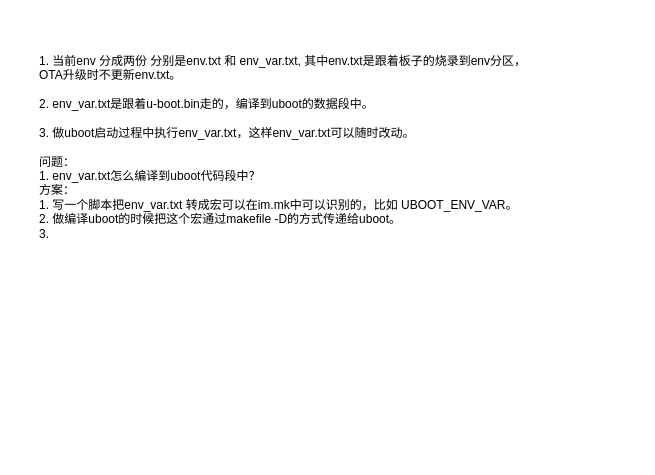
The draw.io diagram 启动参数传递方案.drawio in wdhgit/drawio, before the edit. Source tidied: cells renumbered, new cells numbered last; positions are measured from the earlier drawing's top-left corner, leaving out a move shared by most shapes. Both pictures are drawn from the tidied source at 100%, with x=0, y=0 at pixel (37, 17).
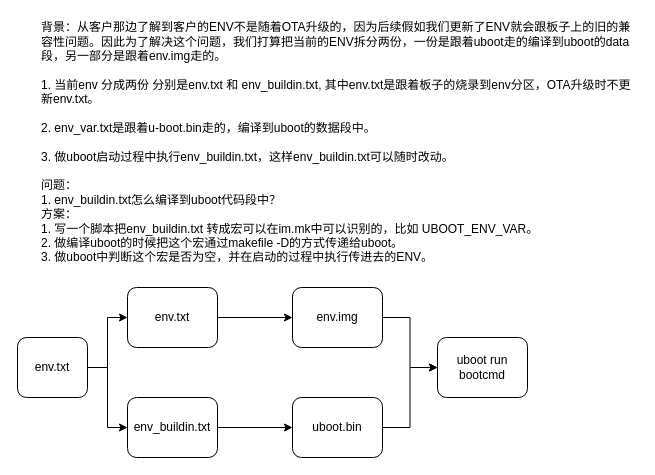
The same diagram, later.

Commit message:
更新启动参数传递方案.drawio

Diff of the diagram source:
```diff
@@
 <mxGraphModel>
   <root>
     <mxCell id="0" />
     <mxCell id="1" parent="0" />
-    <mxCell id="2" value="1. 当前env 分成两份 分别是env.txt 和 env_var.txt, 其中env.txt是跟着板子的烧录到env分区，OTA升级时不更新env.txt。&lt;br&gt;&lt;br&gt;&lt;div&gt;2. env_var.txt是跟着u-boot.bin走的，编译到uboot的数据段中。&lt;br&gt;&lt;br&gt;3. 做uboot启动过程中执行&lt;span style=&quot;background-color: transparent; color: light-dark(rgb(0, 0, 0), rgb(255, 255, 255));&quot;&gt;env_var.txt，这样env_var.txt可以随时改动。&lt;br&gt;&lt;br&gt;问题：&lt;br&gt;1. env_var.txt怎么编译到uboot代码段中？&lt;/span&gt;&lt;/div&gt;&lt;div&gt;&lt;span style=&quot;background-color: transparent; color: light-dark(rgb(0, 0, 0), rgb(255, 255, 255));&quot;&gt;方案：&lt;br&gt;1. 写一个脚本把env_var.txt 转成宏可以在im.mk中可以识别的，比如 UBOOT_ENV_VAR。&lt;br&gt;2. 做编译uboot的时候把这个宏通过makefile -D的方式传递给uboot。&lt;br&gt;3.&amp;nbsp;&lt;/span&gt;&lt;/div&gt;" style="text;html=1;whiteSpace=wrap;strokeColor=none;fillColor=none;align=left;verticalAlign=middle;rounded=0;" parent="1" vertex="1">
-      <mxGeometry width="490" height="260" as="geometry" />
+    <mxCell id="2" value="背景：从客户那边了解到客户的ENV不是随着OTA升级的，因为后续假如我们更新了ENV就会跟板子上的旧的兼容性问题。因此为了解决这个问题，我们打算把当前的ENV拆分两份，一份是跟着uboot走的编译到uboot的data段，另一部分是跟着env.img走的。&lt;br&gt;&lt;br&gt;1. 当前env 分成两份 分别是env.txt 和 env_buildin.txt, 其中env.txt是跟着板子的烧录到env分区，OTA升级时不更新env.txt。&lt;br&gt;&lt;br&gt;&lt;div&gt;2. env_var.txt是跟着u-boot.bin走的，编译到uboot的数据段中。&lt;br&gt;&lt;br&gt;3. 做uboot启动过程中执行env_buildin&lt;span style=&quot;background-color: transparent; color: light-dark(rgb(0, 0, 0), rgb(255, 255, 255));&quot;&gt;.txt，这样&lt;/span&gt;env_buildin&lt;span style=&quot;background-color: transparent; color: light-dark(rgb(0, 0, 0), rgb(255, 255, 255));&quot;&gt;.txt可以随时改动。&lt;br&gt;&lt;br&gt;问题：&lt;br&gt;1.&amp;nbsp;&lt;/span&gt;env_buildin&lt;span style=&quot;background-color: transparent; color: light-dark(rgb(0, 0, 0), rgb(255, 255, 255));&quot;&gt;.txt怎么编译到uboot代码段中？&lt;/span&gt;&lt;/div&gt;&lt;div&gt;&lt;span style=&quot;background-color: transparent; color: light-dark(rgb(0, 0, 0), rgb(255, 255, 255));&quot;&gt;方案：&lt;br&gt;1. 写一个脚本把&lt;/span&gt;env_buildin&lt;span style=&quot;background-color: transparent; color: light-dark(rgb(0, 0, 0), rgb(255, 255, 255));&quot;&gt;.txt 转成宏可以在im.mk中可以识别的，比如 UBOOT_ENV_VAR。&lt;br&gt;2. 做编译uboot的时候把这个宏通过makefile -D的方式传递给uboot。&lt;br&gt;3. 做uboot中判断这个宏是否为空，并在启动的过程中执行传进去的ENV。&lt;/span&gt;&lt;/div&gt;" style="text;html=1;whiteSpace=wrap;strokeColor=none;fillColor=none;align=left;verticalAlign=middle;rounded=0;spacingTop=0;spacing=2;spacingLeft=2;" parent="1" vertex="1">
+      <mxGeometry width="600" height="250" as="geometry" />
     </mxCell>
+    <mxCell id="3" style="edgeStyle=orthogonalEdgeStyle;rounded=0;jettySize=auto;html=1;" parent="1" edge="1" source="5" target="7">
+      <mxGeometry relative="1" as="geometry" />
+    </mxCell>
+    <mxCell id="4" style="edgeStyle=orthogonalEdgeStyle;rounded=0;jettySize=auto;html=1;exitX=1;exitY=0.5;exitDx=0;exitDy=0;entryX=0;entryY=0.5;entryDx=0;entryDy=0;" parent="1" edge="1" source="5" target="9">
+      <mxGeometry relative="1" as="geometry" />
+    </mxCell>
+    <mxCell id="5" value="env.txt" style="rounded=1;whiteSpace=wrap;html=1;" parent="1" vertex="1">
+      <mxGeometry x="-20" y="320" width="70" height="60" as="geometry" />
+    </mxCell>
+    <mxCell id="6" style="edgeStyle=orthogonalEdgeStyle;rounded=0;jettySize=auto;html=1;entryX=0;entryY=0.5;entryDx=0;entryDy=0;" parent="1" edge="1" source="7" target="11">
+      <mxGeometry relative="1" as="geometry" />
+    </mxCell>
+    <mxCell id="7" value="env.txt" style="rounded=1;whiteSpace=wrap;html=1;" parent="1" vertex="1">
+      <mxGeometry x="90" y="270" width="90" height="60" as="geometry" />
+    </mxCell>
+    <mxCell id="8" style="edgeStyle=orthogonalEdgeStyle;rounded=0;jettySize=auto;html=1;" parent="1" edge="1" source="9" target="13">
+      <mxGeometry relative="1" as="geometry" />
+    </mxCell>
+    <mxCell id="9" value="&lt;span style=&quot;text-align: left;&quot;&gt;env_buildin&lt;/span&gt;.txt" style="rounded=1;whiteSpace=wrap;html=1;" parent="1" vertex="1">
+      <mxGeometry x="90" y="380" width="90" height="60" as="geometry" />
+    </mxCell>
+    <mxCell id="10" style="edgeStyle=orthogonalEdgeStyle;rounded=0;jettySize=auto;html=1;exitX=1;exitY=0.5;exitDx=0;exitDy=0;entryX=0;entryY=0.5;entryDx=0;entryDy=0;" parent="1" edge="1" source="11" target="14">
+      <mxGeometry relative="1" as="geometry" />
+    </mxCell>
+    <mxCell id="11" value="env.img" style="rounded=1;whiteSpace=wrap;html=1;" parent="1" vertex="1">
+      <mxGeometry x="255" y="270" width="90" height="60" as="geometry" />
+    </mxCell>
+    <mxCell id="12" style="edgeStyle=orthogonalEdgeStyle;rounded=0;jettySize=auto;html=1;exitX=1;exitY=0.5;exitDx=0;exitDy=0;entryX=0;entryY=0.5;entryDx=0;entryDy=0;" parent="1" edge="1" source="13" target="14">
+      <mxGeometry relative="1" as="geometry" />
+    </mxCell>
+    <mxCell id="13" value="uboot.bin" style="rounded=1;whiteSpace=wrap;html=1;" parent="1" vertex="1">
+      <mxGeometry x="255" y="380" width="90" height="60" as="geometry" />
+    </mxCell>
+    <mxCell id="14" value="uboot run bootcmd" style="rounded=1;whiteSpace=wrap;html=1;" parent="1" vertex="1">
+      <mxGeometry x="400" y="320" width="90" height="60" as="geometry" />
+    </mxCell>
   </root>
 </mxGraphModel>
```
